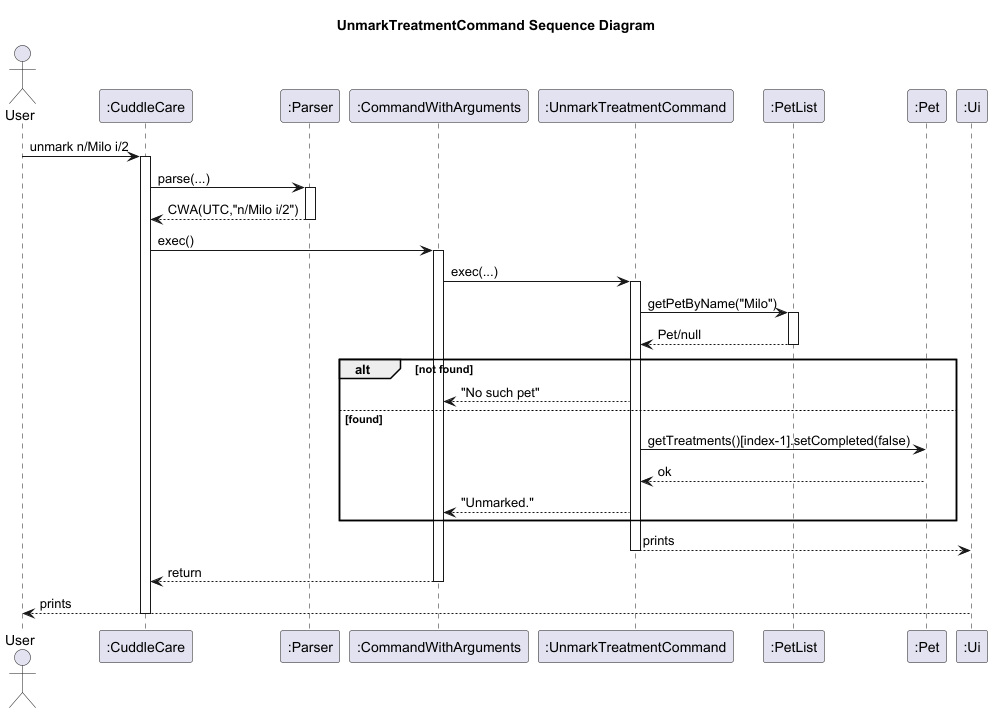
Earlier version of the PlantUML export docs/diagrams/UnmarkTreatmentCommand_Sequence_Diagram.png (Kevin88866/tp).
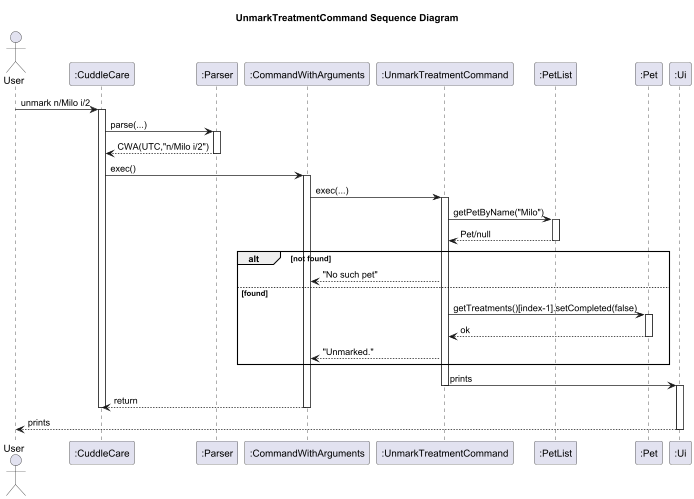
The same file after the commit.

Change to the diagram source:
```diff
@@ -29,13 +29,18 @@
   UTC --> CWA : "No such pet"
 else found
   UTC -> Pet : getTreatments()[index-1].setCompleted(false)
+  activate Pet
   Pet --> UTC : ok
+  deactivate Pet
   UTC --> CWA : "Unmarked."
 end
-  UTC --> Ui : prints
+  UTC -> Ui : prints
 deactivate UTC
+activate Ui
 CWA --> CuddleCare : return
 deactivate CWA
+
+deactivate CuddleCare
 Ui --> User : prints
-deactivate CuddleCare
+deactivate Ui
 @enduml
```
